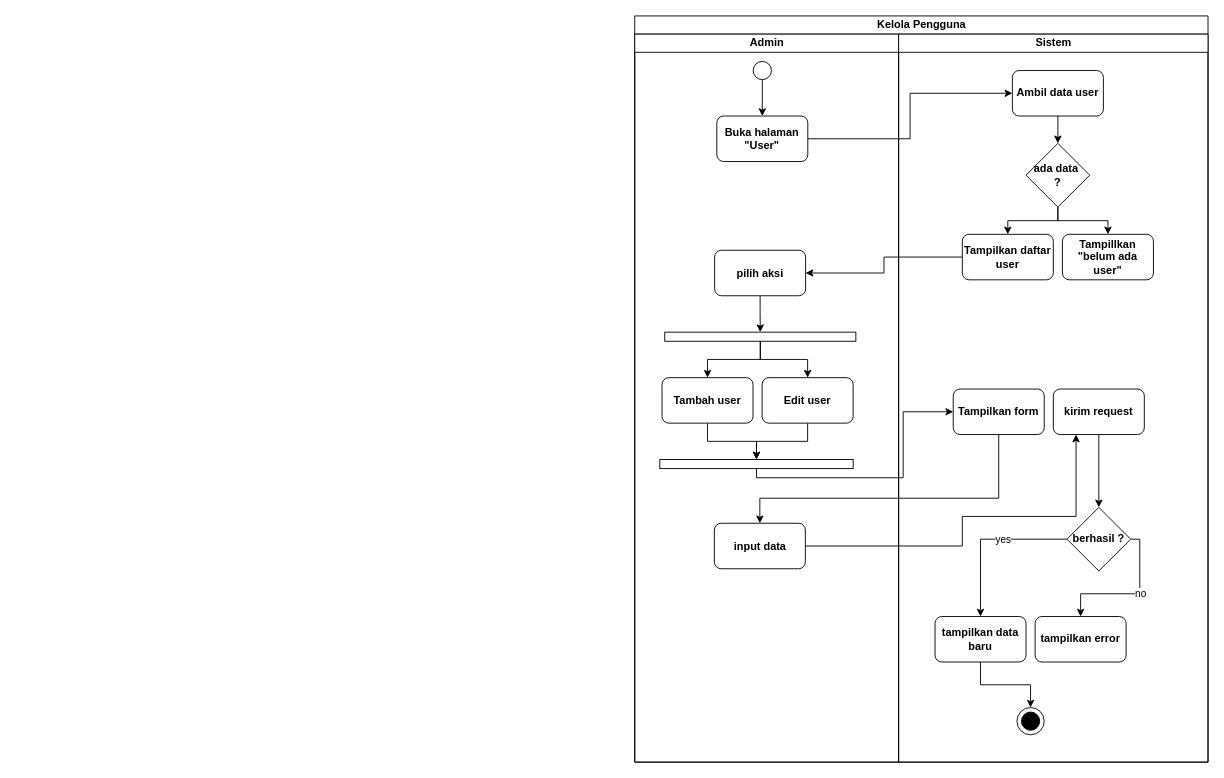
Above: page "kelola pengguna" (4 of 19) of assets/uml/activity-diagram.drawio in RIOKOWI/warmindo_purnama_flutter (draw.io), before the change. Source tidied: cells renumbered, new cells numbered last; positions are measured from the earlier drawing's top-left corner, leaving out a move shared by most shapes. Both pictures are drawn from the tidied source at 91%, with x=0, y=0 at pixel (15, 15).
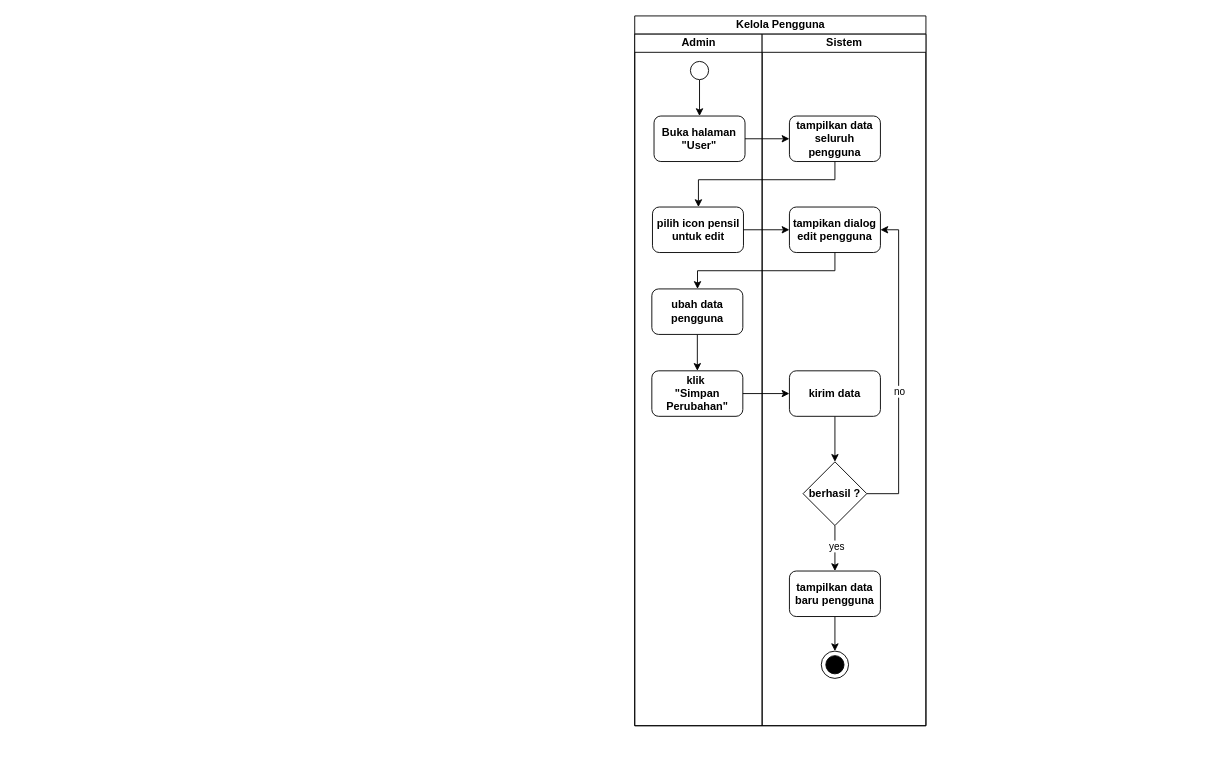
After the change.

What changed in the source:
```diff
@@
-    <mxCell id="2" value="&lt;div style=&quot;color: rgb(187, 190, 191); background-color: rgb(18, 19, 20); font-family: Consolas, &amp;quot;Courier New&amp;quot;, monospace; font-size: 14px; line-height: 19px; white-space: pre;&quot;&gt;&lt;div&gt;&lt;div style=&quot;color: rgb(187, 190, 191); line-height: 19px;&quot;&gt;&lt;div&gt;&lt;br&gt;&lt;/div&gt;&lt;/div&gt;&lt;/div&gt;&lt;/div&gt;" style="text;html=1;whiteSpace=wrap;strokeColor=none;fillColor=none;align=center;verticalAlign=middle;rounded=0;" parent="1" vertex="1">
-      <mxGeometry y="240" width="60" height="30" as="geometry" />
-    </mxCell>
     <mxCell id="3" value="Kelola Pengguna" style="swimlane;startSize=20;html=1;" parent="1" vertex="1">
-      <mxGeometry x="680" width="630" height="820" as="geometry" />
+      <mxGeometry x="680" width="320" height="780" as="geometry" />
     </mxCell>
     <mxCell id="4" value="Admin" style="swimlane;startSize=20;html=1;" parent="3" vertex="1">
-      <mxGeometry y="20" width="290" height="800" as="geometry" />
+      <mxGeometry y="20" width="140" height="760" as="geometry" />
     </mxCell>
-    <mxCell id="5" style="edgeStyle=orthogonalEdgeStyle;html=1;entryX=0.5;entryY=0;entryDx=0;entryDy=0;rounded=0;curved=0;" parent="4" edge="1" source="6" target="7">
-      <mxGeometry relative="1" as="geometry" />
-    </mxCell>
-    <mxCell id="6" style="ellipse;whiteSpace=wrap;html=1;strokeColor=default;align=center;verticalAlign=middle;fontFamily=Helvetica;fontSize=12;fontColor=default;fontStyle=1;fillColor=default;" parent="4" vertex="1">
-      <mxGeometry x="130.2" y="30" width="20" height="20" as="geometry" />
-    </mxCell>
+    <mxCell id="46" style="edgeStyle=orthogonalEdgeStyle;html=1;entryX=0.5;entryY=0;entryDx=0;entryDy=0;rounded=0;curved=0;" parent="4" edge="1" source="47" target="7">
+      <mxGeometry relative="1" as="geometry" />
+    </mxCell>
+    <mxCell id="47" style="ellipse;whiteSpace=wrap;html=1;strokeColor=default;align=center;verticalAlign=middle;fontFamily=Helvetica;fontSize=12;fontColor=default;fontStyle=1;fillColor=default;" parent="4" vertex="1">
+      <mxGeometry x="61.2" y="30" width="20" height="20" as="geometry" />
+    </mxCell>
     <mxCell id="7" value="Buka halaman &quot;User&quot;" style="rounded=1;whiteSpace=wrap;html=1;strokeColor=default;align=center;verticalAlign=middle;fontFamily=Helvetica;fontSize=12;fontColor=default;fontStyle=1;fillColor=default;" parent="4" vertex="1">
-      <mxGeometry x="90.2" y="90" width="100" height="50" as="geometry" />
+      <mxGeometry x="21.2" y="90" width="100" height="50" as="geometry" />
     </mxCell>
-    <mxCell id="8" style="edgeStyle=orthogonalEdgeStyle;shape=connector;rounded=0;html=1;entryX=0.5;entryY=0;entryDx=0;entryDy=0;strokeColor=default;align=center;verticalAlign=middle;fontFamily=Helvetica;fontSize=11;fontColor=default;labelBackgroundColor=default;endArrow=classic;curved=0;" parent="4" edge="1" source="10" target="14">
-      <mxGeometry relative="1" as="geometry" />
-    </mxCell>
-    <mxCell id="9" style="edgeStyle=orthogonalEdgeStyle;shape=connector;rounded=0;html=1;entryX=0.5;entryY=0;entryDx=0;entryDy=0;strokeColor=default;align=center;verticalAlign=middle;fontFamily=Helvetica;fontSize=11;fontColor=default;labelBackgroundColor=default;endArrow=classic;curved=0;" parent="4" edge="1" source="10" target="16">
-      <mxGeometry relative="1" as="geometry" />
-    </mxCell>
-    <mxCell id="10" style="rounded=0;whiteSpace=wrap;html=1;rotation=90;" parent="4" vertex="1">
-      <mxGeometry x="133" y="227.5" width="10" height="210" as="geometry" />
-    </mxCell>
-    <mxCell id="11" style="edgeStyle=orthogonalEdgeStyle;shape=connector;rounded=0;html=1;entryX=0;entryY=0.5;entryDx=0;entryDy=0;strokeColor=default;align=center;verticalAlign=middle;fontFamily=Helvetica;fontSize=11;fontColor=default;labelBackgroundColor=default;endArrow=classic;curved=0;" parent="4" edge="1" source="12" target="10">
-      <mxGeometry relative="1" as="geometry" />
-    </mxCell>
-    <mxCell id="12" value="pilih aksi" style="rounded=1;whiteSpace=wrap;html=1;strokeColor=default;align=center;verticalAlign=middle;fontFamily=Helvetica;fontSize=12;fontColor=default;fontStyle=1;fillColor=default;" parent="4" vertex="1">
-      <mxGeometry x="87.8" y="237.5" width="100" height="50" as="geometry" />
-    </mxCell>
-    <mxCell id="13" style="edgeStyle=orthogonalEdgeStyle;shape=connector;rounded=0;html=1;entryX=0;entryY=0.5;entryDx=0;entryDy=0;strokeColor=default;align=center;verticalAlign=middle;fontFamily=Helvetica;fontSize=11;fontColor=default;labelBackgroundColor=default;endArrow=classic;curved=0;" parent="4" edge="1" source="14" target="17">
-      <mxGeometry relative="1" as="geometry" />
-    </mxCell>
-    <mxCell id="14" value="Tambah user" style="rounded=1;whiteSpace=wrap;html=1;strokeColor=default;align=center;verticalAlign=middle;fontFamily=Helvetica;fontSize=12;fontColor=default;fontStyle=1;fillColor=default;" parent="4" vertex="1">
-      <mxGeometry x="30" y="377.5" width="100" height="50" as="geometry" />
-    </mxCell>
-    <mxCell id="15" style="edgeStyle=orthogonalEdgeStyle;shape=connector;rounded=0;html=1;entryX=0;entryY=0.5;entryDx=0;entryDy=0;strokeColor=default;align=center;verticalAlign=middle;fontFamily=Helvetica;fontSize=11;fontColor=default;labelBackgroundColor=default;endArrow=classic;curved=0;" parent="4" edge="1" source="16" target="17">
-      <mxGeometry relative="1" as="geometry" />
-    </mxCell>
-    <mxCell id="16" value="Edit user" style="rounded=1;whiteSpace=wrap;html=1;strokeColor=default;align=center;verticalAlign=middle;fontFamily=Helvetica;fontSize=12;fontColor=default;fontStyle=1;fillColor=default;" parent="4" vertex="1">
-      <mxGeometry x="140" y="377.5" width="100" height="50" as="geometry" />
-    </mxCell>
-    <mxCell id="17" style="rounded=0;whiteSpace=wrap;html=1;rotation=90;" parent="4" vertex="1">
-      <mxGeometry x="128.8" y="366.2" width="10" height="212.5" as="geometry" />
-    </mxCell>
-    <mxCell id="18" value="input data" style="rounded=1;whiteSpace=wrap;html=1;strokeColor=default;align=center;verticalAlign=middle;fontFamily=Helvetica;fontSize=12;fontColor=default;fontStyle=1;fillColor=default;" parent="4" vertex="1">
-      <mxGeometry x="87.5" y="537.5" width="100" height="50" as="geometry" />
-    </mxCell>
-    <mxCell id="19" style="edgeStyle=orthogonalEdgeStyle;shape=connector;rounded=0;html=1;entryX=0;entryY=0.5;entryDx=0;entryDy=0;strokeColor=default;align=center;verticalAlign=middle;fontFamily=Helvetica;fontSize=11;fontColor=default;labelBackgroundColor=default;endArrow=classic;curved=0;" parent="3" edge="1" source="7" target="28">
-      <mxGeometry relative="1" as="geometry" />
-    </mxCell>
-    <mxCell id="20" style="edgeStyle=orthogonalEdgeStyle;shape=connector;rounded=0;html=1;strokeColor=default;align=center;verticalAlign=middle;fontFamily=Helvetica;fontSize=11;fontColor=default;labelBackgroundColor=default;endArrow=classic;curved=0;" parent="3" edge="1" source="29" target="12">
-      <mxGeometry relative="1" as="geometry" />
-    </mxCell>
-    <mxCell id="21" style="edgeStyle=orthogonalEdgeStyle;shape=connector;rounded=0;html=1;strokeColor=default;align=center;verticalAlign=middle;fontFamily=Helvetica;fontSize=11;fontColor=default;labelBackgroundColor=default;endArrow=classic;exitX=1;exitY=0.5;exitDx=0;exitDy=0;entryX=0;entryY=0.5;entryDx=0;entryDy=0;curved=0;" parent="3" edge="1" source="17" target="31">
-      <mxGeometry relative="1" as="geometry" />
-    </mxCell>
-    <mxCell id="22" style="edgeStyle=orthogonalEdgeStyle;shape=connector;rounded=0;html=1;entryX=0.25;entryY=1;entryDx=0;entryDy=0;strokeColor=default;align=center;verticalAlign=middle;fontFamily=Helvetica;fontSize=11;fontColor=default;labelBackgroundColor=default;endArrow=classic;curved=0;" parent="3" edge="1" source="18" target="33">
-      <mxGeometry relative="1" as="geometry">
-        <Array as="points">
-          <mxPoint x="360" y="583" />
-          <mxPoint x="360" y="550" />
-          <mxPoint x="485" y="550" />
-        </Array>
-      </mxGeometry>
-    </mxCell>
+    <mxCell id="48" value="pilih icon pensil untuk edit" style="rounded=1;whiteSpace=wrap;html=1;strokeColor=default;align=center;verticalAlign=middle;fontFamily=Helvetica;fontSize=12;fontColor=default;fontStyle=1;fillColor=default;" parent="4" vertex="1">
+      <mxGeometry x="19.5" y="190" width="100" height="50" as="geometry" />
+    </mxCell>
+    <mxCell id="49" style="edgeStyle=orthogonalEdgeStyle;shape=connector;curved=0;rounded=0;html=1;entryX=0.5;entryY=0;entryDx=0;entryDy=0;strokeColor=default;align=center;verticalAlign=middle;fontFamily=Helvetica;fontSize=11;fontColor=default;labelBackgroundColor=default;endArrow=classic;" parent="4" edge="1" source="50" target="51">
+      <mxGeometry relative="1" as="geometry" />
+    </mxCell>
+    <mxCell id="50" value="ubah data pengguna" style="rounded=1;whiteSpace=wrap;html=1;strokeColor=default;align=center;verticalAlign=middle;fontFamily=Helvetica;fontSize=12;fontColor=default;fontStyle=1;fillColor=default;" parent="4" vertex="1">
+      <mxGeometry x="18.8" y="280" width="100" height="50" as="geometry" />
+    </mxCell>
+    <mxCell id="51" value="klik&amp;nbsp;&lt;div&gt;&quot;Simpan Perubahan&quot;&lt;/div&gt;" style="rounded=1;whiteSpace=wrap;html=1;strokeColor=default;align=center;verticalAlign=middle;fontFamily=Helvetica;fontSize=12;fontColor=default;fontStyle=1;fillColor=default;" parent="4" vertex="1">
+      <mxGeometry x="18.8" y="370" width="100" height="50" as="geometry" />
+    </mxCell>
+    <mxCell id="52" style="edgeStyle=orthogonalEdgeStyle;shape=connector;rounded=0;html=1;entryX=0;entryY=0.5;entryDx=0;entryDy=0;strokeColor=default;align=center;verticalAlign=middle;fontFamily=Helvetica;fontSize=11;fontColor=default;labelBackgroundColor=default;endArrow=classic;curved=0;" parent="3" edge="1" source="7" target="53">
+      <mxGeometry relative="1" as="geometry" />
+    </mxCell>
     <mxCell id="23" value="Sistem" style="swimlane;startSize=20;html=1;" parent="3" vertex="1">
-      <mxGeometry x="290" y="20" width="340" height="800" as="geometry" />
+      <mxGeometry x="140" y="20" width="180" height="760" as="geometry" />
     </mxCell>
-    <mxCell id="24" style="edgeStyle=orthogonalEdgeStyle;html=1;entryX=0.5;entryY=0;entryDx=0;entryDy=0;rounded=0;curved=0;" parent="23" edge="1" source="26" target="29">
-      <mxGeometry relative="1" as="geometry" />
-    </mxCell>
-    <mxCell id="25" style="edgeStyle=orthogonalEdgeStyle;shape=connector;rounded=0;html=1;entryX=0.5;entryY=0;entryDx=0;entryDy=0;strokeColor=default;align=center;verticalAlign=middle;fontFamily=Helvetica;fontSize=11;fontColor=default;labelBackgroundColor=default;endArrow=classic;curved=0;" parent="23" edge="1" source="26" target="30">
-      <mxGeometry relative="1" as="geometry" />
-    </mxCell>
-    <mxCell id="26" value="ada data&amp;nbsp;&lt;div&gt;?&lt;/div&gt;" style="rhombus;whiteSpace=wrap;html=1;strokeColor=default;align=center;verticalAlign=middle;fontFamily=Helvetica;fontSize=12;fontColor=default;fontStyle=1;fillColor=default;" parent="23" vertex="1">
-      <mxGeometry x="140" y="120" width="70" height="70" as="geometry" />
-    </mxCell>
-    <mxCell id="27" style="edgeStyle=orthogonalEdgeStyle;html=1;entryX=0.5;entryY=0;entryDx=0;entryDy=0;rounded=0;curved=0;" parent="23" edge="1" source="28" target="26">
-      <mxGeometry relative="1" as="geometry" />
-    </mxCell>
-    <mxCell id="28" value="Ambil data user" style="rounded=1;whiteSpace=wrap;html=1;strokeColor=default;align=center;verticalAlign=middle;fontFamily=Helvetica;fontSize=12;fontColor=default;fontStyle=1;fillColor=default;" parent="23" vertex="1">
-      <mxGeometry x="125" y="40" width="100" height="50" as="geometry" />
-    </mxCell>
-    <mxCell id="29" value="Tampilkan daftar user" style="rounded=1;whiteSpace=wrap;html=1;strokeColor=default;align=center;verticalAlign=middle;fontFamily=Helvetica;fontSize=12;fontColor=default;fontStyle=1;fillColor=default;" parent="23" vertex="1">
-      <mxGeometry x="70" y="220" width="100" height="50" as="geometry" />
-    </mxCell>
-    <mxCell id="30" value="Tampillkan&lt;div&gt;&quot;belum ada user&quot;&lt;/div&gt;" style="rounded=1;whiteSpace=wrap;html=1;strokeColor=default;align=center;verticalAlign=middle;fontFamily=Helvetica;fontSize=12;fontColor=default;fontStyle=1;fillColor=default;" parent="23" vertex="1">
-      <mxGeometry x="180" y="220" width="100" height="50" as="geometry" />
-    </mxCell>
-    <mxCell id="31" value="Tampilkan form" style="rounded=1;whiteSpace=wrap;html=1;strokeColor=default;align=center;verticalAlign=middle;fontFamily=Helvetica;fontSize=12;fontColor=default;fontStyle=1;fillColor=default;" parent="23" vertex="1">
-      <mxGeometry x="60" y="390" width="100" height="50" as="geometry" />
-    </mxCell>
-    <mxCell id="32" style="edgeStyle=orthogonalEdgeStyle;shape=connector;rounded=0;html=1;entryX=0.5;entryY=0;entryDx=0;entryDy=0;strokeColor=default;align=center;verticalAlign=middle;fontFamily=Helvetica;fontSize=11;fontColor=default;labelBackgroundColor=default;endArrow=classic;curved=0;" parent="23" edge="1" source="33" target="38">
-      <mxGeometry relative="1" as="geometry" />
-    </mxCell>
-    <mxCell id="33" value="kirim request" style="rounded=1;whiteSpace=wrap;html=1;strokeColor=default;align=center;verticalAlign=middle;fontFamily=Helvetica;fontSize=12;fontColor=default;fontStyle=1;fillColor=default;" parent="23" vertex="1">
-      <mxGeometry x="170" y="390" width="100" height="50" as="geometry" />
-    </mxCell>
-    <mxCell id="34" style="edgeStyle=orthogonalEdgeStyle;shape=connector;rounded=0;html=1;entryX=0.5;entryY=0;entryDx=0;entryDy=0;strokeColor=default;align=center;verticalAlign=middle;fontFamily=Helvetica;fontSize=11;fontColor=default;labelBackgroundColor=default;endArrow=classic;exitX=1;exitY=0.5;exitDx=0;exitDy=0;curved=0;" parent="23" edge="1" source="38" target="41">
-      <mxGeometry relative="1" as="geometry" />
-    </mxCell>
+    <mxCell id="53" value="tampilkan data seluruh pengguna" style="rounded=1;whiteSpace=wrap;html=1;strokeColor=default;align=center;verticalAlign=middle;fontFamily=Helvetica;fontSize=12;fontColor=default;fontStyle=1;fillColor=default;" parent="23" vertex="1">
+      <mxGeometry x="30" y="90" width="100" height="50" as="geometry" />
+    </mxCell>
+    <mxCell id="54" style="edgeStyle=orthogonalEdgeStyle;shape=connector;rounded=0;html=1;entryX=1;entryY=0.5;entryDx=0;entryDy=0;strokeColor=default;align=center;verticalAlign=middle;fontFamily=Helvetica;fontSize=11;fontColor=default;labelBackgroundColor=default;endArrow=classic;curved=0;exitX=1;exitY=0.5;exitDx=0;exitDy=0;" parent="23" edge="1" source="38" target="59">
+      <mxGeometry relative="1" as="geometry">
+        <Array as="points">
+          <mxPoint x="150" y="505" />
+          <mxPoint x="150" y="215" />
+        </Array>
+      </mxGeometry>
+    </mxCell>
-    <mxCell id="35" value="no" style="edgeLabel;html=1;align=center;verticalAlign=middle;fontFamily=Helvetica;fontSize=11;fontColor=default;labelBackgroundColor=default;" parent="34" vertex="1">
+    <mxCell id="35" value="no" style="edgeLabel;html=1;align=center;verticalAlign=middle;fontFamily=Helvetica;fontSize=11;fontColor=default;labelBackgroundColor=default;" parent="54" vertex="1">
       <mxGeometry x="-0.14" relative="1" as="geometry" />
     </mxCell>
-    <mxCell id="36" style="edgeStyle=orthogonalEdgeStyle;shape=connector;rounded=0;html=1;entryX=0.5;entryY=0;entryDx=0;entryDy=0;strokeColor=default;align=center;verticalAlign=middle;fontFamily=Helvetica;fontSize=11;fontColor=default;labelBackgroundColor=default;endArrow=classic;curved=0;" parent="23" edge="1" source="38" target="40">
-      <mxGeometry relative="1" as="geometry" />
-    </mxCell>
+    <mxCell id="55" style="edgeStyle=orthogonalEdgeStyle;shape=connector;rounded=0;html=1;entryX=0.5;entryY=0;entryDx=0;entryDy=0;strokeColor=default;align=center;verticalAlign=middle;fontFamily=Helvetica;fontSize=11;fontColor=default;labelBackgroundColor=default;endArrow=classic;curved=0;" parent="23" edge="1" source="38" target="57">
+      <mxGeometry relative="1" as="geometry" />
+    </mxCell>
-    <mxCell id="37" value="yes" style="edgeLabel;html=1;align=center;verticalAlign=middle;fontFamily=Helvetica;fontSize=11;fontColor=default;labelBackgroundColor=default;" parent="36" vertex="1">
-      <mxGeometry x="-0.21" relative="1" as="geometry" />
+    <mxCell id="37" value="yes" style="edgeLabel;html=1;align=center;verticalAlign=middle;fontFamily=Helvetica;fontSize=11;fontColor=default;labelBackgroundColor=default;" parent="55" vertex="1">
+      <mxGeometry x="-0.11" y="1" relative="1" as="geometry" />
     </mxCell>
     <mxCell id="38" value="berhasil ?" style="rhombus;whiteSpace=wrap;html=1;strokeColor=default;align=center;verticalAlign=middle;fontFamily=Helvetica;fontSize=12;fontColor=default;fontStyle=1;fillColor=default;" parent="23" vertex="1">
-      <mxGeometry x="185" y="520" width="70" height="70" as="geometry" />
+      <mxGeometry x="45" y="470" width="70" height="70" as="geometry" />
     </mxCell>
-    <mxCell id="39" style="edgeStyle=orthogonalEdgeStyle;shape=connector;rounded=0;html=1;entryX=0.5;entryY=0;entryDx=0;entryDy=0;strokeColor=default;align=center;verticalAlign=middle;fontFamily=Helvetica;fontSize=11;fontColor=default;labelBackgroundColor=default;endArrow=classic;exitX=0.5;exitY=1;exitDx=0;exitDy=0;curved=0;" parent="23" edge="1" source="40" target="43">
-      <mxGeometry relative="1" as="geometry" />
-    </mxCell>
-    <mxCell id="40" value="tampilkan data baru" style="rounded=1;whiteSpace=wrap;html=1;strokeColor=default;align=center;verticalAlign=middle;fontFamily=Helvetica;fontSize=12;fontColor=default;fontStyle=1;fillColor=default;" parent="23" vertex="1">
-      <mxGeometry x="40" y="640" width="100" height="50" as="geometry" />
-    </mxCell>
-    <mxCell id="41" value="tampilkan error" style="rounded=1;whiteSpace=wrap;html=1;strokeColor=default;align=center;verticalAlign=middle;fontFamily=Helvetica;fontSize=12;fontColor=default;fontStyle=1;fillColor=default;" parent="23" vertex="1">
-      <mxGeometry x="150" y="640" width="100" height="50" as="geometry" />
-    </mxCell>
-    <mxCell id="42" style="group;" parent="23" vertex="1">
-      <mxGeometry x="130" y="740" width="30" height="30" as="geometry" />
-    </mxCell>
+    <mxCell id="56" style="edgeStyle=orthogonalEdgeStyle;shape=connector;rounded=0;html=1;entryX=0.5;entryY=0;entryDx=0;entryDy=0;strokeColor=default;align=center;verticalAlign=middle;fontFamily=Helvetica;fontSize=11;fontColor=default;labelBackgroundColor=default;endArrow=classic;exitX=0.5;exitY=1;exitDx=0;exitDy=0;curved=0;" parent="23" edge="1" source="57" target="43">
+      <mxGeometry relative="1" as="geometry" />
+    </mxCell>
+    <mxCell id="57" value="tampilkan data baru pengguna" style="rounded=1;whiteSpace=wrap;html=1;strokeColor=default;align=center;verticalAlign=middle;fontFamily=Helvetica;fontSize=12;fontColor=default;fontStyle=1;fillColor=default;" parent="23" vertex="1">
+      <mxGeometry x="30" y="590" width="100" height="50" as="geometry" />
+    </mxCell>
+    <mxCell id="58" style="group;" parent="23" vertex="1">
+      <mxGeometry x="65" y="678" width="30" height="30" as="geometry" />
+    </mxCell>
-    <mxCell id="43" style="ellipse;whiteSpace=wrap;html=1;strokeColor=default;align=center;verticalAlign=middle;fontFamily=Helvetica;fontSize=12;fontColor=default;fontStyle=1;fillColor=default;" parent="42" vertex="1">
+    <mxCell id="43" style="ellipse;whiteSpace=wrap;html=1;strokeColor=default;align=center;verticalAlign=middle;fontFamily=Helvetica;fontSize=12;fontColor=default;fontStyle=1;fillColor=default;" parent="58" vertex="1">
       <mxGeometry width="30" height="30" as="geometry" />
     </mxCell>
-    <mxCell id="44" style="ellipse;whiteSpace=wrap;html=1;strokeColor=default;align=center;verticalAlign=middle;fontFamily=Helvetica;fontSize=12;fontColor=default;fontStyle=1;fillColor=light-dark(#000000,#000000);" parent="42" vertex="1">
+    <mxCell id="44" style="ellipse;whiteSpace=wrap;html=1;strokeColor=default;align=center;verticalAlign=middle;fontFamily=Helvetica;fontSize=12;fontColor=default;fontStyle=1;fillColor=light-dark(#000000,#000000);" parent="58" vertex="1">
       <mxGeometry x="5" y="5" width="20" height="20" as="geometry" />
     </mxCell>
-    <mxCell id="45" style="edgeStyle=orthogonalEdgeStyle;shape=connector;rounded=0;html=1;entryX=0.5;entryY=0;entryDx=0;entryDy=0;strokeColor=default;align=center;verticalAlign=middle;fontFamily=Helvetica;fontSize=11;fontColor=default;labelBackgroundColor=default;endArrow=classic;curved=0;" parent="3" edge="1" source="31" target="18">
-      <mxGeometry relative="1" as="geometry">
-        <Array as="points">
-          <mxPoint x="400" y="530" />
-          <mxPoint x="137" y="530" />
-        </Array>
-      </mxGeometry>
-    </mxCell>
+    <mxCell id="59" value="tampikan dialog edit pengguna" style="rounded=1;whiteSpace=wrap;html=1;strokeColor=default;align=center;verticalAlign=middle;fontFamily=Helvetica;fontSize=12;fontColor=default;fontStyle=1;fillColor=default;" parent="23" vertex="1">
+      <mxGeometry x="30" y="190" width="100" height="50" as="geometry" />
+    </mxCell>
+    <mxCell id="60" style="edgeStyle=orthogonalEdgeStyle;shape=connector;curved=0;rounded=0;html=1;entryX=0.5;entryY=0;entryDx=0;entryDy=0;strokeColor=default;align=center;verticalAlign=middle;fontFamily=Helvetica;fontSize=11;fontColor=default;labelBackgroundColor=default;endArrow=classic;" parent="23" edge="1" source="61" target="38">
+      <mxGeometry relative="1" as="geometry" />
+    </mxCell>
+    <mxCell id="61" value="kirim data" style="rounded=1;whiteSpace=wrap;html=1;strokeColor=default;align=center;verticalAlign=middle;fontFamily=Helvetica;fontSize=12;fontColor=default;fontStyle=1;fillColor=default;" parent="23" vertex="1">
+      <mxGeometry x="30" y="370" width="100" height="50" as="geometry" />
+    </mxCell>
+    <mxCell id="62" style="edgeStyle=orthogonalEdgeStyle;shape=connector;curved=0;rounded=0;html=1;entryX=0;entryY=0.5;entryDx=0;entryDy=0;strokeColor=default;align=center;verticalAlign=middle;fontFamily=Helvetica;fontSize=11;fontColor=default;labelBackgroundColor=default;endArrow=classic;" parent="3" edge="1" source="48" target="59">
+      <mxGeometry relative="1" as="geometry" />
+    </mxCell>
+    <mxCell id="63" style="edgeStyle=orthogonalEdgeStyle;shape=connector;curved=0;rounded=0;html=1;strokeColor=default;align=center;verticalAlign=middle;fontFamily=Helvetica;fontSize=11;fontColor=default;labelBackgroundColor=default;endArrow=classic;" parent="3" edge="1" source="53" target="48">
+      <mxGeometry relative="1" as="geometry">
+        <Array as="points">
+          <mxPoint x="220" y="180" />
+          <mxPoint x="70" y="180" />
+        </Array>
+      </mxGeometry>
+    </mxCell>
+    <mxCell id="64" style="edgeStyle=orthogonalEdgeStyle;shape=connector;curved=0;rounded=0;html=1;strokeColor=default;align=center;verticalAlign=middle;fontFamily=Helvetica;fontSize=11;fontColor=default;labelBackgroundColor=default;endArrow=classic;" parent="3" edge="1" source="59" target="50">
+      <mxGeometry relative="1" as="geometry">
+        <Array as="points">
+          <mxPoint x="220" y="280" />
+          <mxPoint x="69" y="280" />
+        </Array>
+      </mxGeometry>
+    </mxCell>
+    <mxCell id="65" style="edgeStyle=orthogonalEdgeStyle;shape=connector;curved=0;rounded=0;html=1;entryX=0;entryY=0.5;entryDx=0;entryDy=0;strokeColor=default;align=center;verticalAlign=middle;fontFamily=Helvetica;fontSize=11;fontColor=default;labelBackgroundColor=default;endArrow=classic;" parent="3" edge="1" source="51" target="61">
+      <mxGeometry relative="1" as="geometry" />
+    </mxCell>
```
